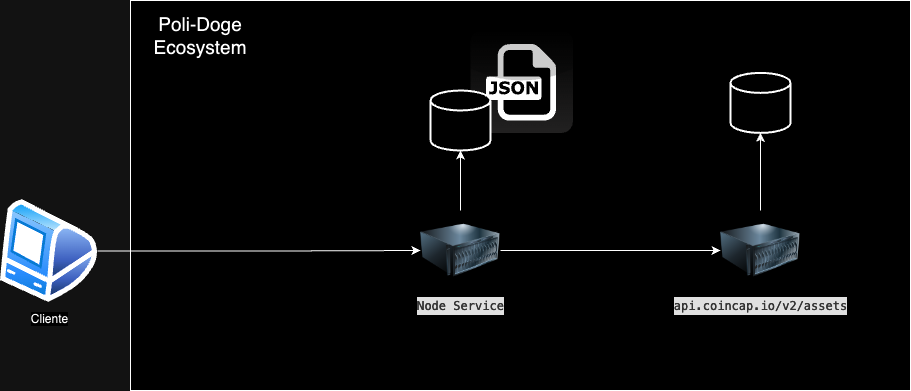
Earlier version of the draw.io export architecture.png (ramirezsebas/node-challenge-curso-verano-2024). Source tidied: cells renumbered, new cells last; positions are measured from the earlier drawing's top-left corner, leaving out a move shared by most shapes.
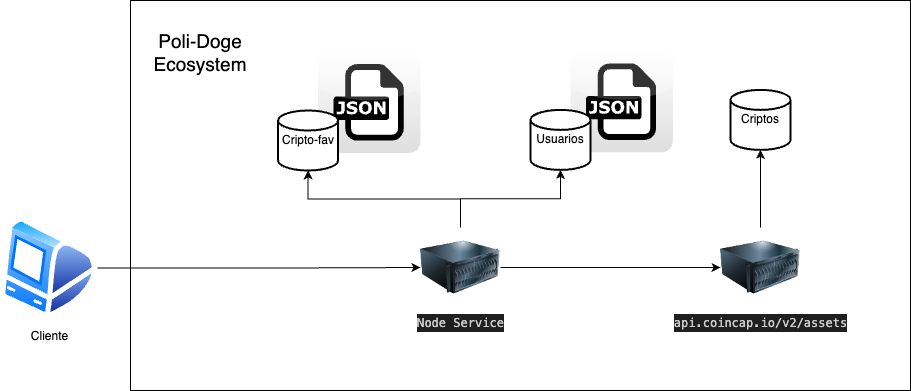
The same diagram one commit later.

Diff of the diagram source:
```diff
@@ -3,13 +3,13 @@
     <mxCell id="0" />
     <mxCell id="1" parent="0" />
     <mxCell id="2" style="rounded=0;whiteSpace=wrap;html=1;" parent="1" vertex="1">
-      <mxGeometry x="130" width="780" height="390" as="geometry" />
+      <mxGeometry x="130" y="-17" width="780" height="390" as="geometry" />
     </mxCell>
     <mxCell id="3" style="dashed=0;html=1;align=center;labelPosition=center;verticalLabelPosition=bottom;verticalAlign=top;shape=mxgraph.webicons.json;gradientColor=#DFDEDE;" parent="1" vertex="1">
-      <mxGeometry x="470" y="30" width="102.4" height="102.4" as="geometry" />
+      <mxGeometry x="570" y="32.4" width="102.4" height="102.4" as="geometry" />
     </mxCell>
-    <mxCell id="4" style="strokeWidth=2;html=1;shape=mxgraph.flowchart.database;whiteSpace=wrap;" parent="1" vertex="1">
-      <mxGeometry x="430" y="90" width="60" height="60" as="geometry" />
+    <mxCell id="4" value="Usuarios" style="strokeWidth=2;html=1;shape=mxgraph.flowchart.database;whiteSpace=wrap;" parent="1" vertex="1">
+      <mxGeometry x="530" y="92.4" width="60" height="60" as="geometry" />
     </mxCell>
     <mxCell id="5" value="&lt;div style=&quot;color: rgb(204, 204, 204); background-color: rgb(31, 31, 31); font-family: Menlo, Monaco, &amp;quot;Courier New&amp;quot;, monospace; line-height: 18px;&quot;&gt;api.coincap.io/v2/assets&lt;/div&gt;" style="image;html=1;image=img/lib/clip_art/computers/Server_128x128.png;" parent="1" vertex="1">
       <mxGeometry x="720" y="210" width="80" height="80" as="geometry" />
@@ -17,6 +17,9 @@
     <mxCell id="6" style="edgeStyle=orthogonalEdgeStyle;rounded=0;jettySize=auto;html=1;" parent="1" edge="1" source="7" target="5">
       <mxGeometry relative="1" as="geometry" />
     </mxCell>
+    <mxCell id="14" style="edgeStyle=orthogonalEdgeStyle;rounded=0;jettySize=auto;html=1;exitX=0.5;exitY=0;exitDx=0;exitDy=0;" parent="1" edge="1" source="7" target="16">
+      <mxGeometry relative="1" as="geometry" />
+    </mxCell>
     <mxCell id="7" value="&lt;div style=&quot;color: rgb(204, 204, 204); background-color: rgb(31, 31, 31); font-family: Menlo, Monaco, &amp;quot;Courier New&amp;quot;, monospace; line-height: 18px;&quot;&gt;Node Service&lt;/div&gt;" style="image;html=1;image=img/lib/clip_art/computers/Server_128x128.png;" parent="1" vertex="1">
       <mxGeometry x="420" y="210" width="80" height="80" as="geometry" />
     </mxCell>
@@ -32,11 +35,17 @@
     <mxCell id="11" value="&lt;font style=&quot;font-size: 19px;&quot;&gt;Poli-Doge Ecosystem&lt;/font&gt;" style="text;html=1;align=center;verticalAlign=middle;whiteSpace=wrap;rounded=0;" parent="1" vertex="1">
       <mxGeometry x="170" y="20" width="60" height="30" as="geometry" />
     </mxCell>
-    <mxCell id="12" style="strokeWidth=2;html=1;shape=mxgraph.flowchart.database;whiteSpace=wrap;" parent="1" vertex="1">
+    <mxCell id="12" value="Criptos" style="strokeWidth=2;html=1;shape=mxgraph.flowchart.database;whiteSpace=wrap;" parent="1" vertex="1">
       <mxGeometry x="730" y="72.4" width="60" height="60" as="geometry" />
     </mxCell>
     <mxCell id="13" style="edgeStyle=orthogonalEdgeStyle;rounded=0;jettySize=auto;html=1;entryX=0.5;entryY=1;entryDx=0;entryDy=0;entryPerimeter=0;" parent="1" edge="1" source="5" target="12">
       <mxGeometry relative="1" as="geometry" />
     </mxCell>
+    <mxCell id="15" style="dashed=0;html=1;align=center;labelPosition=center;verticalLabelPosition=bottom;verticalAlign=top;shape=mxgraph.webicons.json;gradientColor=#DFDEDE;" parent="1" vertex="1">
+      <mxGeometry x="317.6" y="33" width="102.4" height="102.4" as="geometry" />
+    </mxCell>
+    <mxCell id="16" value="Cripto-fav" style="strokeWidth=2;html=1;shape=mxgraph.flowchart.database;whiteSpace=wrap;" parent="1" vertex="1">
+      <mxGeometry x="277.6" y="93" width="60" height="60" as="geometry" />
+    </mxCell>
   </root>
 </mxGraphModel>
```
